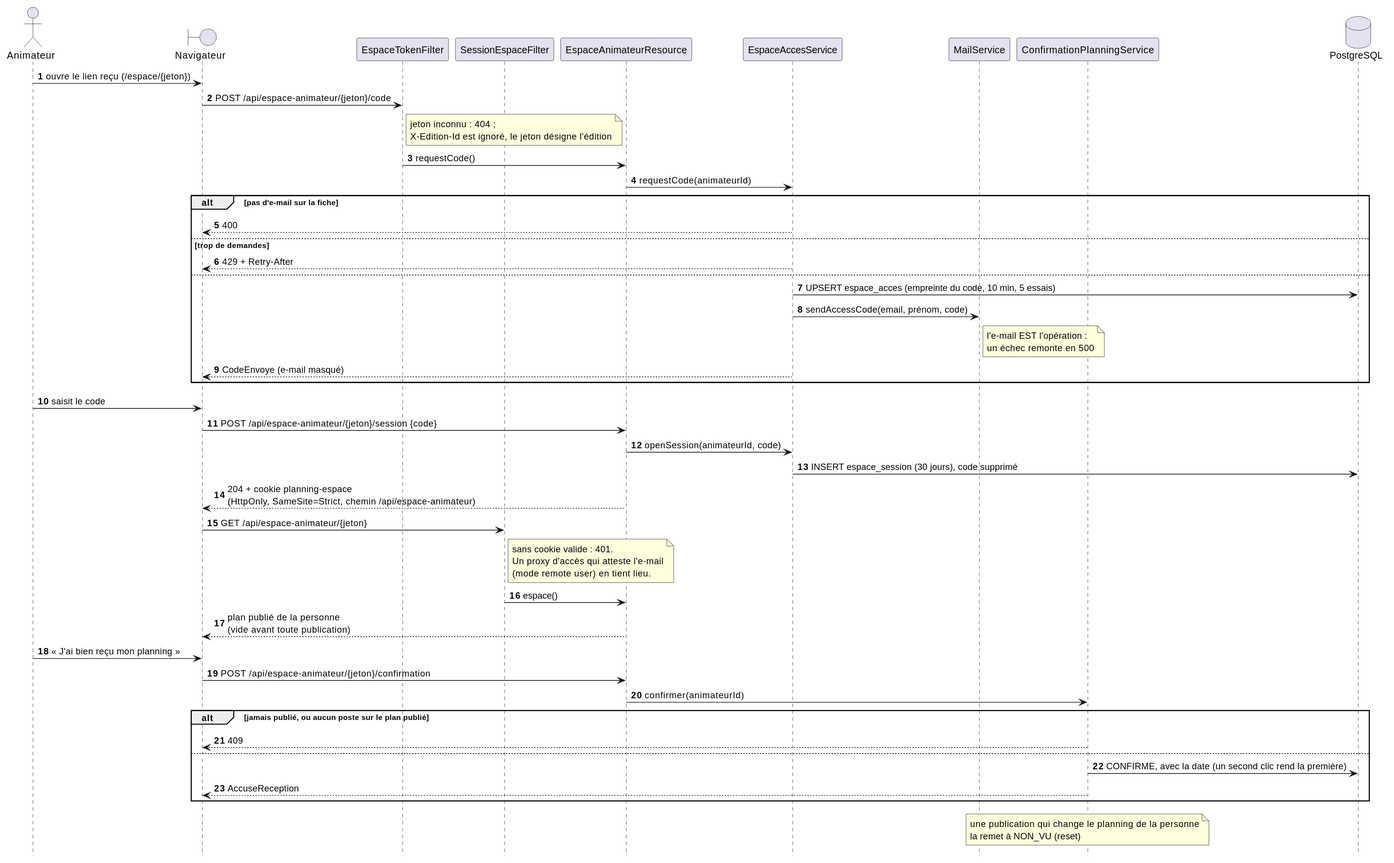
Earlier version of the PlantUML export docs/diagrammes/espace-animateur.svg (sylvainmetayer/planning-equipes). The source it was exported from:
```plantuml
@startuml
skinparam backgroundColor #FFFFFF
skinparam responseMessageBelowArrow true
hide footbox
autonumber

actor "Animateur" as animateur
boundary "Navigateur" as front
participant EspaceTokenFilter as jeton
participant SessionEspaceFilter as session
participant EspaceAnimateurResource as espace
participant EspaceAccesService as acces
participant MailService as mails
participant ConfirmationPlanningService as confirmations
database PostgreSQL as db

animateur -> front : ouvre le lien reçu (/espace/{jeton})
front -> jeton : POST /api/espace-animateur/{jeton}/code
note right of jeton : jeton inconnu : 404 ;\nX-Edition-Id est ignoré, le jeton désigne l'édition
jeton -> espace : requestCode()
espace -> acces : requestCode(animateurId)
alt pas d'e-mail sur la fiche
  acces --> front : 400
else trop de demandes
  acces --> front : 429 + Retry-After
else
  acces -> db : UPSERT espace_acces (empreinte du code, 10 min, 5 essais)
  acces -> mails : sendAccessCode(email, prénom, code)
  note right of mails : l'e-mail EST l'opération :\nun échec remonte en 500
  acces --> front : CodeEnvoye (e-mail masqué)
end

animateur -> front : saisit le code
front -> espace : POST /api/espace-animateur/{jeton}/session {code}
espace -> acces : openSession(animateurId, code)
acces -> db : INSERT espace_session (30 jours), code supprimé
espace --> front : 204 + cookie planning-espace\n(HttpOnly, SameSite=Strict, chemin /api/espace-animateur)

front -> session : GET /api/espace-animateur/{jeton}
note right of session : sans cookie valide : 401.\nUn proxy d'accès qui atteste l'e-mail\n(mode remote user) en tient lieu.
session -> espace : espace()
espace --> front : plan publié de la personne\n(vide avant toute publication)

animateur -> front : « J'ai bien reçu mon planning »
front -> espace : POST /api/espace-animateur/{jeton}/confirmation
espace -> confirmations : confirmer(animateurId)
alt jamais publié, ou aucun poste sur le plan publié
  confirmations --> front : 409
else
  confirmations -> db : CONFIRME, avec la date (un second clic rend la première)
  confirmations --> front : AccuseReception
end
note over confirmations : une publication qui change le planning de la personne\nla remet à NON_VU (reset)
@enduml
```
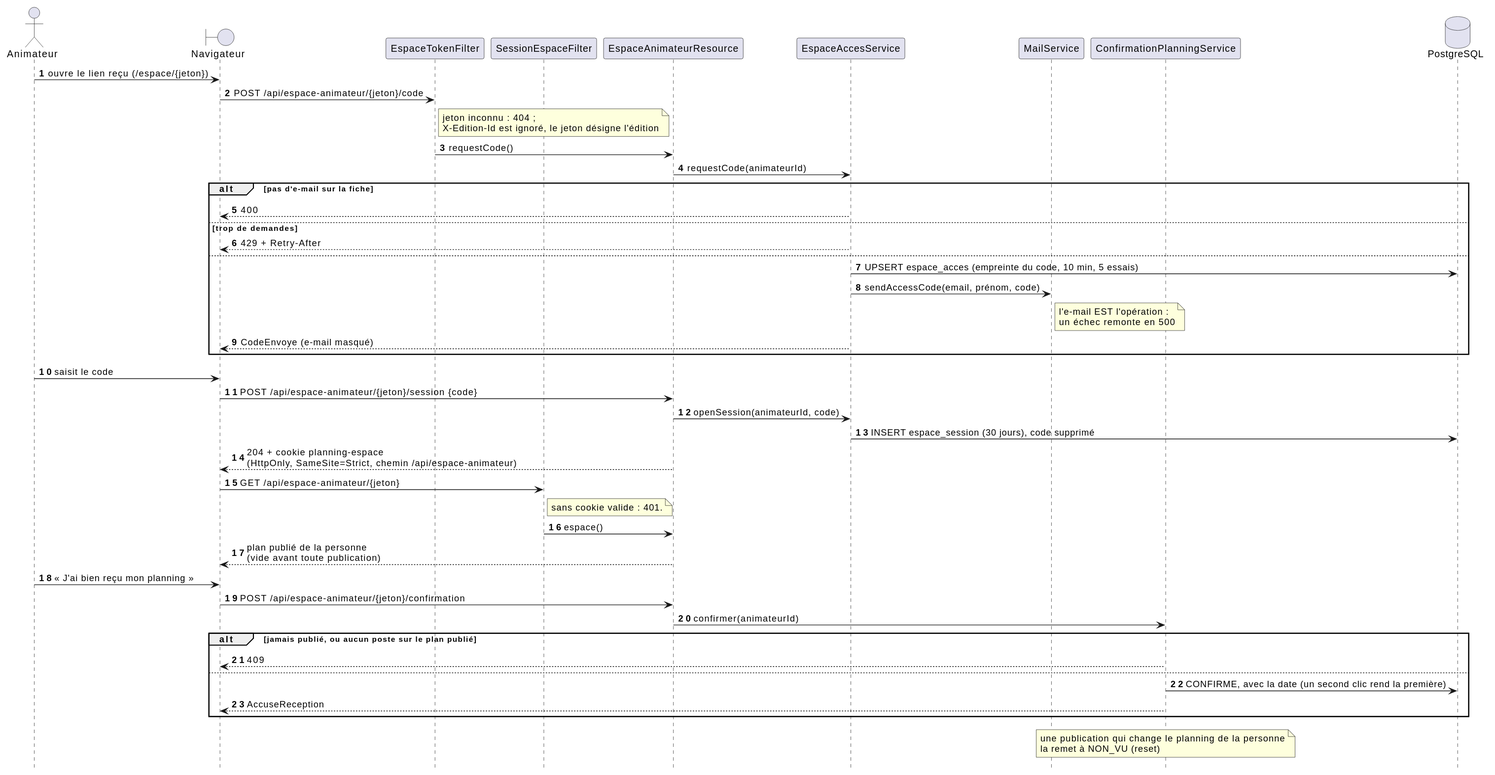
Above is the later version.

Change to the diagram source:
```diff
@@ -37,7 +37,7 @@
 espace --> front : 204 + cookie planning-espace\n(HttpOnly, SameSite=Strict, chemin /api/espace-animateur)
 
 front -> session : GET /api/espace-animateur/{jeton}
-note right of session : sans cookie valide : 401.\nUn proxy d'accès qui atteste l'e-mail\n(mode remote user) en tient lieu.
+note right of session : sans cookie valide : 401.
 session -> espace : espace()
 espace --> front : plan publié de la personne\n(vide avant toute publication)
 
```
